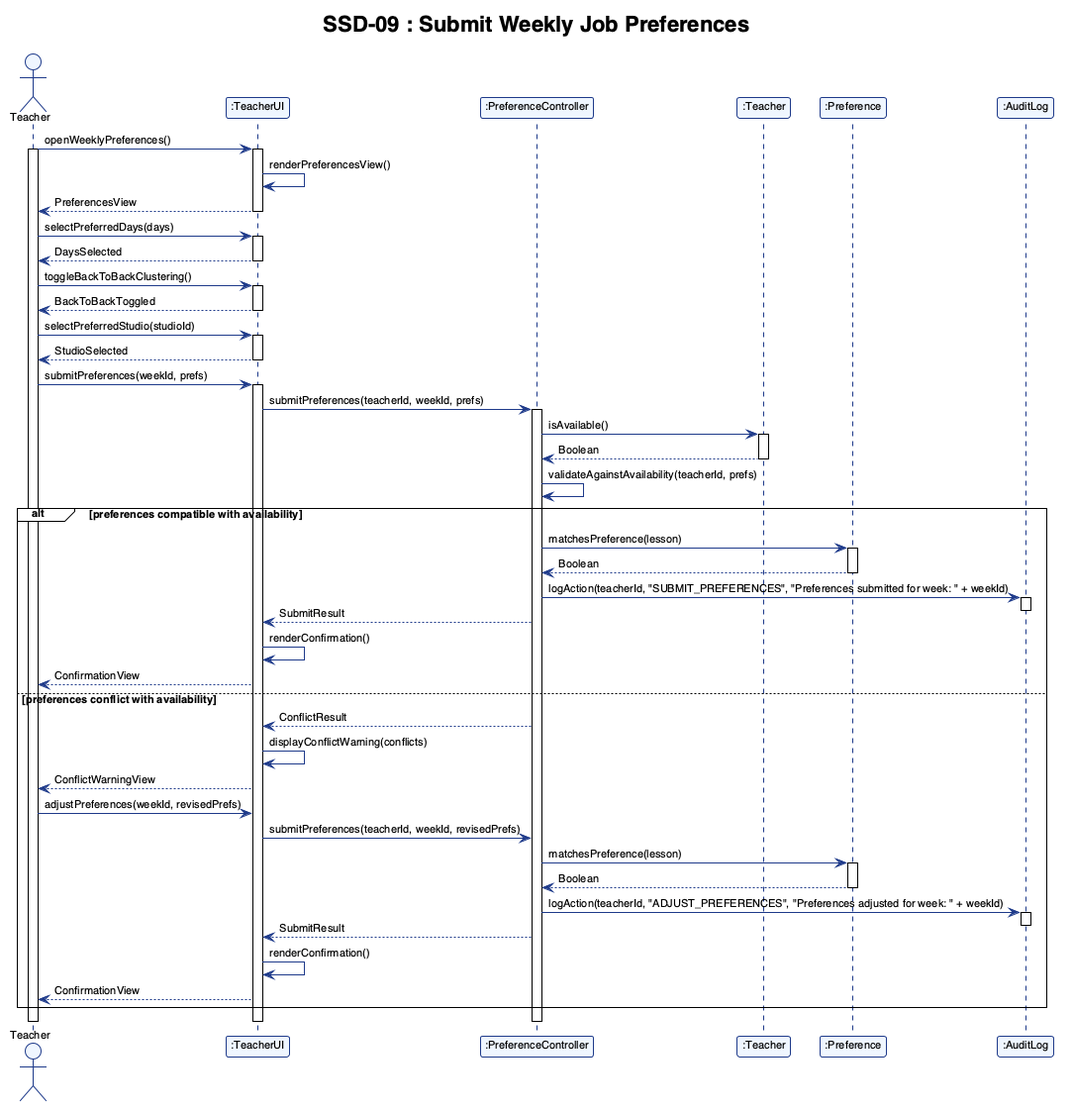
The PlantUML diagram report/assets/ssd_09.png in adoreblvnk/2001temp, before a commit.
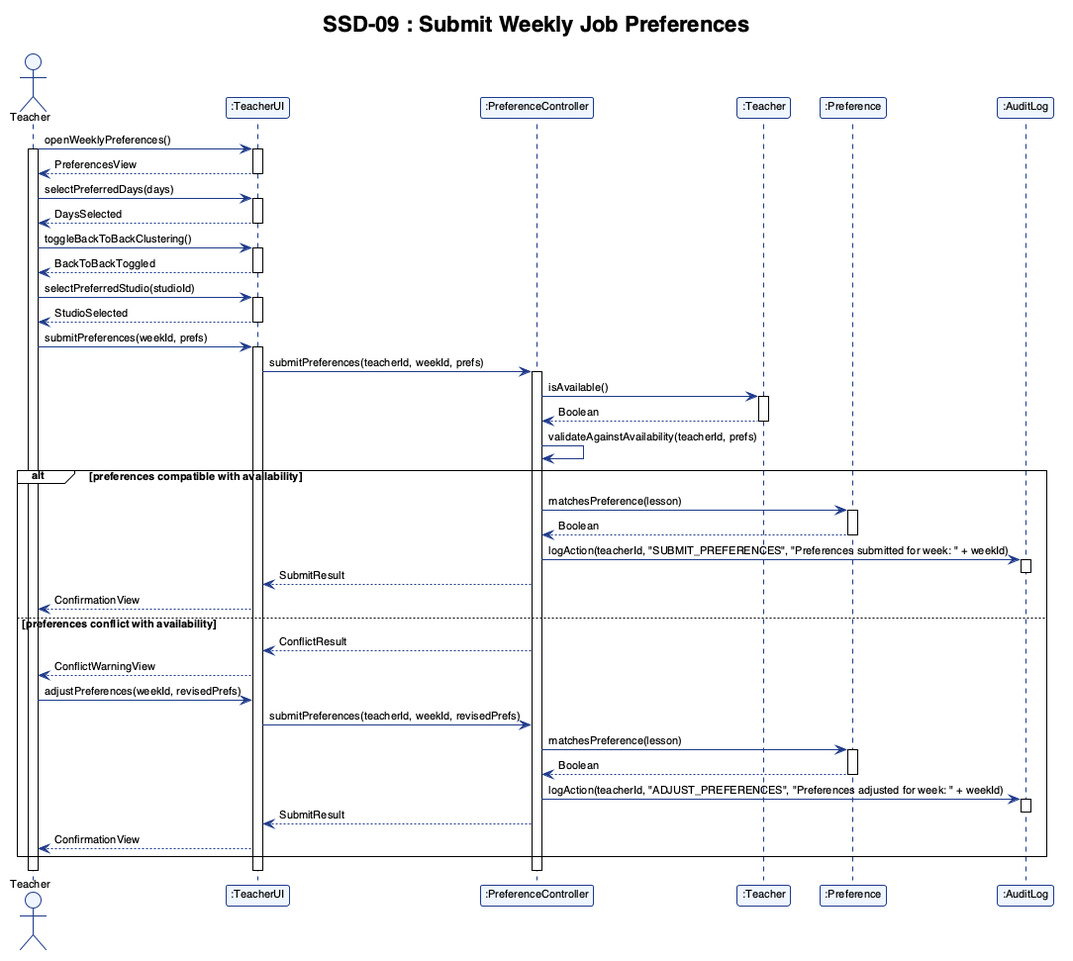
The same diagram one commit later.

Diff of the diagram source:
```diff
@@ -25,7 +25,6 @@
 Teacher -> TeacherUI : openWeeklyPreferences()
 activate Teacher
 activate TeacherUI
-TeacherUI -> TeacherUI : renderPreferencesView()
 TeacherUI --> Teacher : PreferencesView
 deactivate TeacherUI
 
@@ -63,11 +62,9 @@
     activate AuditLog
     deactivate AuditLog
     PreferenceController --> TeacherUI : SubmitResult
-    TeacherUI -> TeacherUI : renderConfirmation()
     TeacherUI --> Teacher : ConfirmationView
 else preferences conflict with availability
     PreferenceController --> TeacherUI : ConflictResult
-    TeacherUI -> TeacherUI : displayConflictWarning(conflicts)
     TeacherUI --> Teacher : ConflictWarningView
 
     Teacher -> TeacherUI : adjustPreferences(weekId, revisedPrefs)
@@ -80,7 +77,6 @@
     activate AuditLog
     deactivate AuditLog
     PreferenceController --> TeacherUI : SubmitResult
-    TeacherUI -> TeacherUI : renderConfirmation()
     TeacherUI --> Teacher : ConfirmationView
 end
 
```
